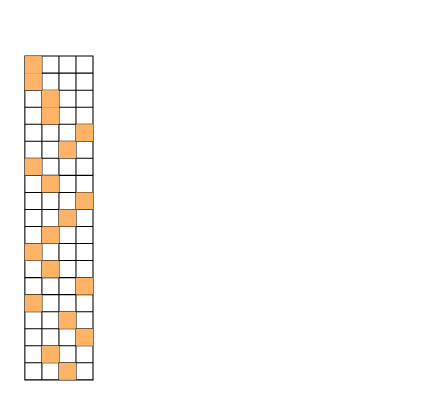
This is 未命名绘图.drawio from wanglinxiao/deep-learning, a draw.io file, before an edit. Source tidied: cells renumbered, new cells numbered last; positions are measured from the earlier drawing's top-left corner, leaving out a move shared by most shapes. Both pictures are drawn from the tidied source at 142%, with x=0, y=0 at pixel (24, 55).
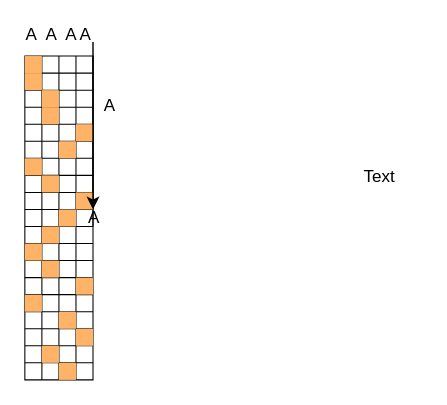
After the change.

Commit message (it also covers changes not shown here):
更新未命名绘图.drawio

Unchanged cells that the change refers to:
```xml
<mxCell id="48" style="shape=tableRow;horizontal=0;startSize=0;swimlaneHead=0;swimlaneBody=0;strokeColor=inherit;top=0;left=0;bottom=0;right=0;fillColor=none;fontSize=16;" parent="2" vertex="1">
  <mxGeometry y="108" width="48" height="12" as="geometry" />
</mxCell>
```

What changed in the source:
```diff
@@
+    <mxCell id="98" value="A" style="rounded=0;whiteSpace=wrap;html=1;strokeColor=none;" parent="48" vertex="1">
+      <mxGeometry x="48" height="12" as="geometry" />
+    </mxCell>
@@
+    <mxCell id="99" style="edgeStyle=orthogonalEdgeStyle;rounded=0;jettySize=auto;html=1;" parent="1" edge="1" source="102" target="98">
+      <mxGeometry relative="1" as="geometry" />
+    </mxCell>
+    <mxCell id="100" value="A" style="rounded=0;whiteSpace=wrap;html=1;strokeColor=none;" parent="1" vertex="1">
+      <mxGeometry y="-20" width="10" height="10" as="geometry" />
+    </mxCell>
+    <mxCell id="101" value="A" style="rounded=0;whiteSpace=wrap;html=1;strokeColor=none;" parent="1" vertex="1">
+      <mxGeometry x="14" y="-20" width="10" height="10" as="geometry" />
+    </mxCell>
+    <mxCell id="102" value="A" style="rounded=0;whiteSpace=wrap;html=1;strokeColor=none;" parent="1" vertex="1">
+      <mxGeometry x="38" y="-20" width="10" height="10" as="geometry" />
+    </mxCell>
+    <mxCell id="103" value="A" style="rounded=0;whiteSpace=wrap;html=1;strokeColor=none;" parent="1" vertex="1">
+      <mxGeometry x="28" y="-20" width="10" height="10" as="geometry" />
+    </mxCell>
+    <mxCell id="104" value="Text" style="text;strokeColor=none;align=center;fillColor=none;html=1;verticalAlign=middle;whiteSpace=wrap;rounded=0;" parent="1" vertex="1">
+      <mxGeometry x="220" y="70" width="60" height="30" as="geometry" />
+    </mxCell>
+    <mxCell id="105" value="A" style="text;strokeColor=none;align=center;fillColor=none;html=1;verticalAlign=middle;whiteSpace=wrap;rounded=0;" parent="1" vertex="1">
+      <mxGeometry x="30" y="20" width="60" height="30" as="geometry" />
+    </mxCell>
```
